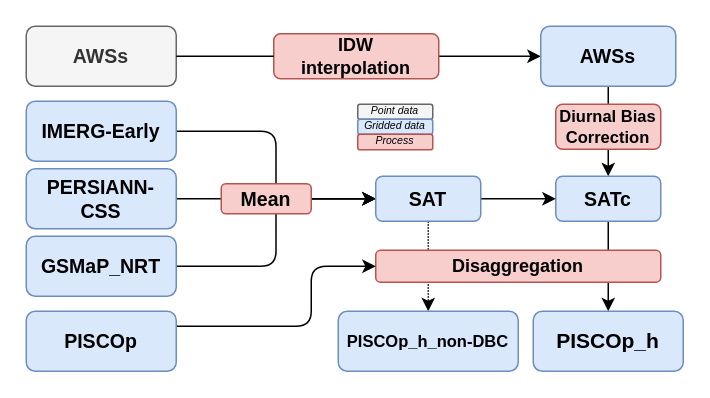
Earlier version of the draw.io diagram Untitled Diagram.drawio (adrHuerta/diagrams). Source tidied: cells renumbered, new cells numbered last; positions are measured from the earlier drawing's top-left corner, leaving out a move shared by most shapes. Both pictures are drawn from the tidied source at 150%, with x=0, y=0 at pixel (26, 26).
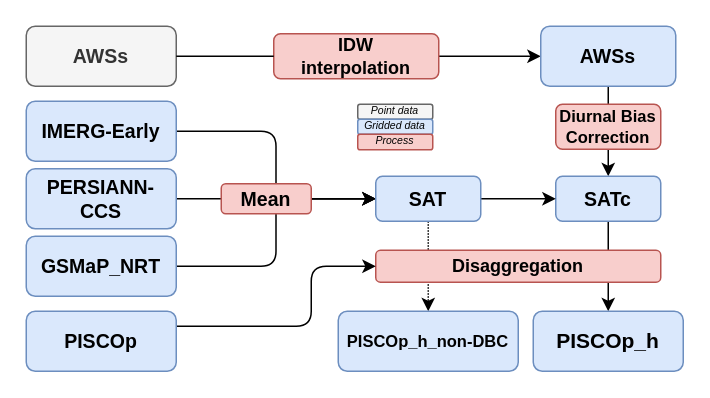
The same diagram, later.

Change to the diagram source:
```diff
@@
-    <mxCell id="7" value="PERSIANN-CSS" style="rounded=1;whiteSpace=wrap;html=1;fillColor=#dae8fc;strokeColor=#6c8ebf;fontStyle=1;fontSize=13;" parent="1" vertex="1">
+    <mxCell id="7" value="PERSIANN-CCS" style="rounded=1;whiteSpace=wrap;html=1;fillColor=#dae8fc;strokeColor=#6c8ebf;fontStyle=1;fontSize=13;" parent="1" vertex="1">
       <mxGeometry y="95" width="100" height="40" as="geometry" />
     </mxCell>
```
